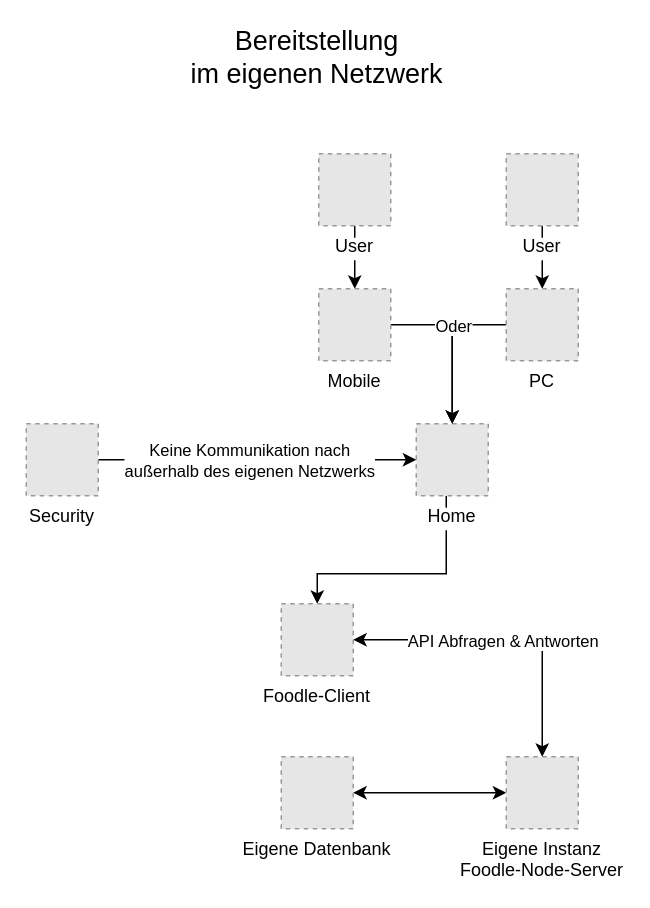
The draw.io diagram foodle/own network.drawio in lukasbaumweb/diagrams, before the edit. Source tidied: cells renumbered, new cells numbered last; positions are measured from the earlier drawing's top-left corner, leaving out a move shared by most shapes. Both pictures are drawn from the tidied source at 150%, with x=0, y=0 at pixel (26, 34). Pictures stored in the file or linked from it are replaced by grey dashed boxes.
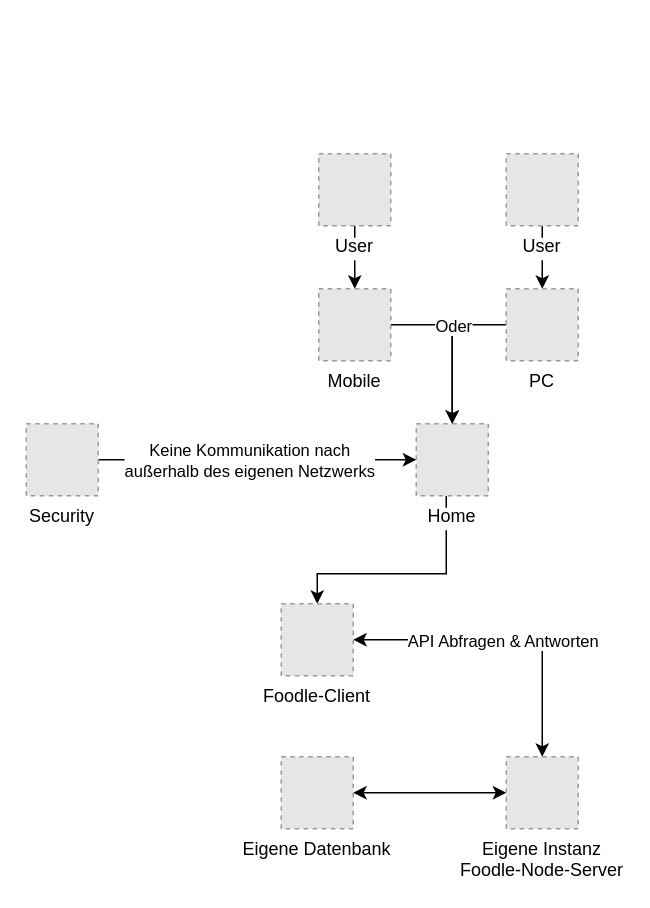
After the change.

What changed in the source:
```diff
@@
-    <mxCell id="22" value="&lt;font style=&quot;font-size: 18px;&quot;&gt;Bereitstellung &lt;br&gt;im eigenen Netzwerk&lt;/font&gt;" style="text;html=1;strokeColor=none;fillColor=none;align=center;verticalAlign=middle;whiteSpace=wrap;rounded=0;" parent="1" vertex="1">
-      <mxGeometry x="84" width="220" height="30" as="geometry" />
-    </mxCell>
```
